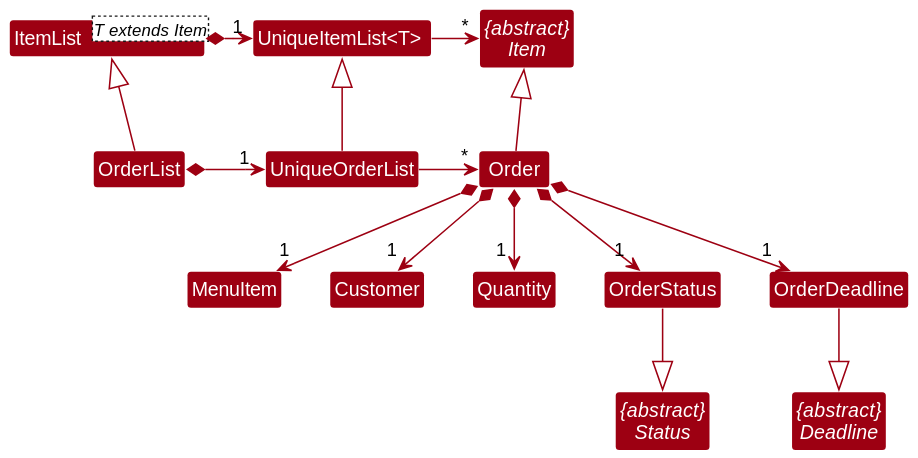
The PlantUML diagram docs/images/OrderClassDiagram.svg in nus-cs2103-AY2223S2/tp, before a commit.
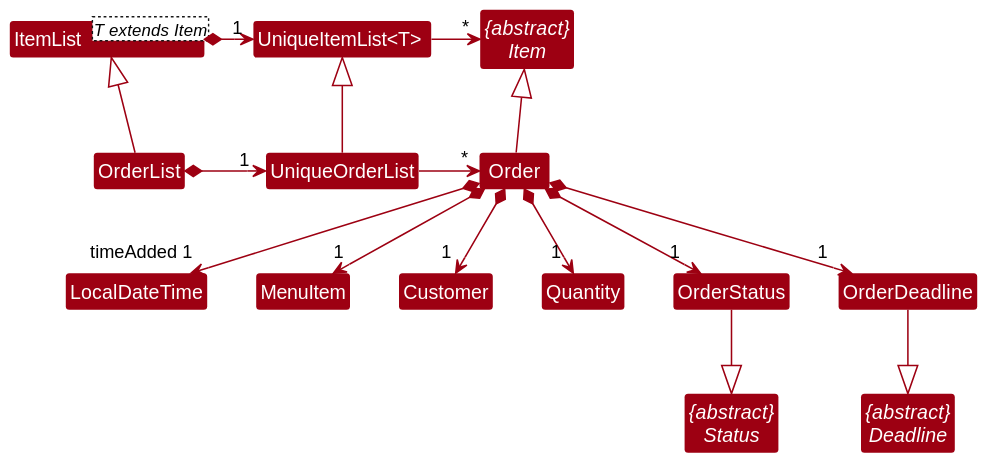
Later version of the same file.

Commit message:
Edit EditXYZCommand activity diagram

Diff of the diagram source:
```diff
@@ -13,6 +13,7 @@
 Class "UniqueItemList<T> " as UniqueItemList
 Class ItemList<T extends Item>
 
+Class LocalDateTime
 Class Order
 Class MenuItem
 Class Customer
@@ -34,8 +35,10 @@
 Order *--> "1 " OrderStatus
 Order *--> "1 " Customer
 Order *--> "1 " Quantity
+Order *--> "timeAdded 1" LocalDateTime
 Order -u|> Item
 
 OrderDeadline --|> Deadline
 OrderStatus --|> Status
+
 @enduml
```
